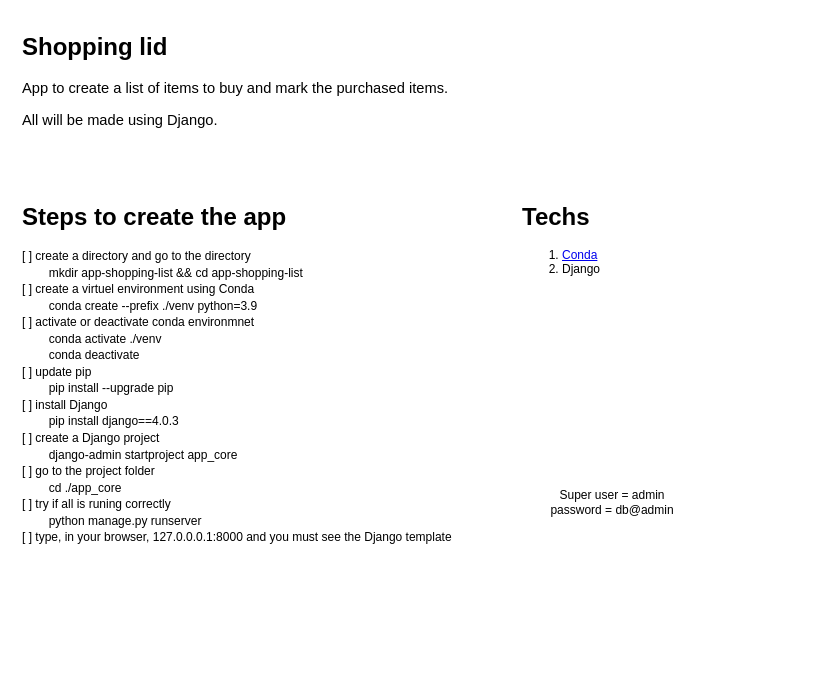
Earlier version of the draw.io diagram app-shopping-list/documentation.drawio (WellingtonFidelis/python-projects). Source tidied: cells renumbered, new cells numbered last; positions are measured from the earlier drawing's top-left corner, leaving out a move shared by most shapes. Both pictures are drawn from the tidied source at 100%, with x=0, y=0 at pixel (17, 27).
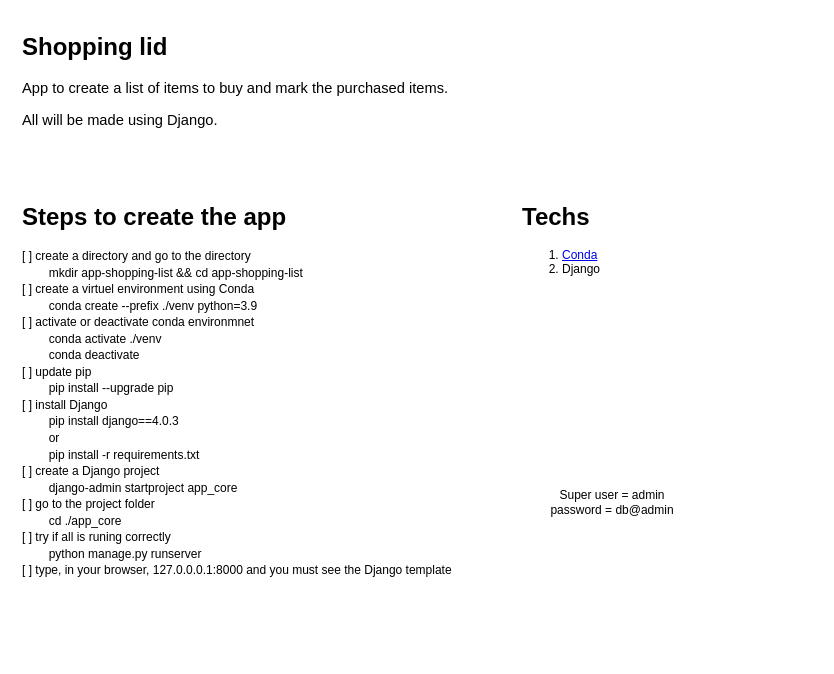
The same diagram, later.

Diff of the diagram source:
```diff
@@
 <mxGraphModel>
   <root>
     <mxCell id="0" />
     <mxCell id="1" parent="0" />
     <mxCell id="2" value="&lt;h1&gt;Shopping lid&lt;/h1&gt;&lt;p dir=&quot;ltr&quot; style=&quot;line-height: 1.38 ; margin-top: 0pt ; margin-bottom: 0pt&quot;&gt;&lt;span style=&quot;font-size: 11pt ; font-family: &amp;#34;arial&amp;#34; ; color: rgb(0 , 0 , 0) ; background-color: transparent ; font-weight: 400 ; font-style: normal ; font-variant: normal ; text-decoration: none ; vertical-align: baseline&quot;&gt;App to create a list of items to buy and mark the purchased items.&lt;/span&gt;&lt;/p&gt;&lt;p&gt;&lt;span id=&quot;docs-internal-guid-da12e972-7fff-b46a-a793-4a673462a265&quot;&gt;&lt;/span&gt;&lt;/p&gt;&lt;p dir=&quot;ltr&quot; style=&quot;line-height: 1.38 ; margin-top: 0pt ; margin-bottom: 0pt&quot;&gt;&lt;span style=&quot;font-size: 11pt ; font-family: &amp;#34;arial&amp;#34; ; color: rgb(0 , 0 , 0) ; background-color: transparent ; font-weight: 400 ; font-style: normal ; font-variant: normal ; text-decoration: none ; vertical-align: baseline&quot;&gt;All will be made using Django.&lt;/span&gt;&lt;/p&gt;&lt;p dir=&quot;ltr&quot; style=&quot;line-height: 1.38 ; margin-top: 0pt ; margin-bottom: 0pt&quot;&gt;&lt;br&gt;&lt;/p&gt;" style="text;html=1;strokeColor=none;fillColor=none;spacing=5;spacingTop=-20;whiteSpace=wrap;overflow=hidden;rounded=0;" parent="1" vertex="1">
       <mxGeometry width="480" height="120" as="geometry" />
     </mxCell>
-    <mxCell id="3" value="&lt;h1&gt;Steps to create the app&lt;/h1&gt;&lt;p dir=&quot;ltr&quot; style=&quot;line-height: 1.38 ; margin-top: 0pt ; margin-bottom: 0pt&quot;&gt;[ ] create a directory and go to the directory&lt;/p&gt;&lt;p dir=&quot;ltr&quot; style=&quot;line-height: 1.38 ; margin-top: 0pt ; margin-bottom: 0pt&quot;&gt;&lt;span&gt;&#9;&lt;/span&gt;&lt;span style=&quot;white-space: pre&quot;&gt;&#9;&lt;/span&gt;mkdir app-shopping-list &amp;amp;&amp;amp; cd app-shopping-list&lt;br&gt;&lt;/p&gt;&lt;p dir=&quot;ltr&quot; style=&quot;line-height: 1.38 ; margin-top: 0pt ; margin-bottom: 0pt&quot;&gt;[ ] create a virtuel environment using Conda&lt;/p&gt;&lt;p dir=&quot;ltr&quot; style=&quot;line-height: 1.38 ; margin-top: 0pt ; margin-bottom: 0pt&quot;&gt;&lt;span&gt;&#9;&lt;/span&gt;&lt;span style=&quot;white-space: pre&quot;&gt;&#9;&lt;/span&gt;conda create --prefix ./venv python=3.9&lt;br&gt;&lt;/p&gt;&lt;p dir=&quot;ltr&quot; style=&quot;line-height: 1.38 ; margin-top: 0pt ; margin-bottom: 0pt&quot;&gt;[ ] activate or deactivate conda environmnet&lt;/p&gt;&lt;p dir=&quot;ltr&quot; style=&quot;line-height: 1.38 ; margin-top: 0pt ; margin-bottom: 0pt&quot;&gt;&lt;span&gt;&#9;&lt;/span&gt;&lt;span style=&quot;white-space: pre&quot;&gt;&#9;&lt;/span&gt;conda activate ./venv&lt;/p&gt;&lt;p dir=&quot;ltr&quot; style=&quot;line-height: 1.38 ; margin-top: 0pt ; margin-bottom: 0pt&quot;&gt;&lt;span&gt;&#9;&lt;/span&gt;&lt;span style=&quot;white-space: pre&quot;&gt;&#9;&lt;/span&gt;conda deactivate&amp;nbsp;&lt;/p&gt;&lt;p dir=&quot;ltr&quot; style=&quot;line-height: 1.38 ; margin-top: 0pt ; margin-bottom: 0pt&quot;&gt;[ ] update pip&lt;/p&gt;&lt;p dir=&quot;ltr&quot; style=&quot;line-height: 1.38 ; margin-top: 0pt ; margin-bottom: 0pt&quot;&gt;&lt;span&gt;&#9;&lt;/span&gt;&lt;span style=&quot;white-space: pre&quot;&gt;&#9;&lt;/span&gt;pip install --upgrade pip&lt;br&gt;&lt;/p&gt;&lt;p dir=&quot;ltr&quot; style=&quot;line-height: 1.38 ; margin-top: 0pt ; margin-bottom: 0pt&quot;&gt;[ ] install Django&lt;/p&gt;&lt;p dir=&quot;ltr&quot; style=&quot;line-height: 1.38 ; margin-top: 0pt ; margin-bottom: 0pt&quot;&gt;&lt;span style=&quot;white-space: pre&quot;&gt;&#9;&lt;/span&gt;pip install django==4.0.3&lt;br&gt;&lt;/p&gt;&lt;p dir=&quot;ltr&quot; style=&quot;line-height: 1.38 ; margin-top: 0pt ; margin-bottom: 0pt&quot;&gt;[ ] create a Django project&lt;/p&gt;&lt;p dir=&quot;ltr&quot; style=&quot;line-height: 1.38 ; margin-top: 0pt ; margin-bottom: 0pt&quot;&gt;&lt;span style=&quot;white-space: pre&quot;&gt;&#9;&lt;/span&gt;django-admin startproject app_core&lt;br&gt;&lt;/p&gt;&lt;p dir=&quot;ltr&quot; style=&quot;line-height: 1.38 ; margin-top: 0pt ; margin-bottom: 0pt&quot;&gt;[ ] go to the project folder&lt;/p&gt;&lt;p dir=&quot;ltr&quot; style=&quot;line-height: 1.38 ; margin-top: 0pt ; margin-bottom: 0pt&quot;&gt;&lt;span style=&quot;white-space: pre&quot;&gt;&#9;&lt;/span&gt;cd ./app_core&lt;br&gt;&lt;/p&gt;&lt;p dir=&quot;ltr&quot; style=&quot;line-height: 1.38 ; margin-top: 0pt ; margin-bottom: 0pt&quot;&gt;[ ] try if all is runing correctly&lt;/p&gt;&lt;p dir=&quot;ltr&quot; style=&quot;line-height: 1.38 ; margin-top: 0pt ; margin-bottom: 0pt&quot;&gt;&lt;span style=&quot;white-space: pre&quot;&gt;&#9;&lt;/span&gt;python manage.py runserver&lt;br&gt;&lt;/p&gt;&lt;p dir=&quot;ltr&quot; style=&quot;line-height: 1.38 ; margin-top: 0pt ; margin-bottom: 0pt&quot;&gt;[ ] type, in your browser, 127.0.0.0.1:8000 and you must see the Django template&lt;/p&gt;&lt;p dir=&quot;ltr&quot; style=&quot;line-height: 1.38 ; margin-top: 0pt ; margin-bottom: 0pt&quot;&gt;&lt;br&gt;&lt;/p&gt;" style="text;html=1;strokeColor=none;fillColor=none;spacing=5;spacingTop=-20;whiteSpace=wrap;overflow=hidden;rounded=0;" parent="1" vertex="1">
+    <mxCell id="3" value="&lt;h1&gt;Steps to create the app&lt;/h1&gt;&lt;p dir=&quot;ltr&quot; style=&quot;line-height: 1.38 ; margin-top: 0pt ; margin-bottom: 0pt&quot;&gt;[ ] create a directory and go to the directory&lt;/p&gt;&lt;p dir=&quot;ltr&quot; style=&quot;line-height: 1.38 ; margin-top: 0pt ; margin-bottom: 0pt&quot;&gt;&lt;span&gt;&#9;&lt;/span&gt;&lt;span style=&quot;white-space: pre&quot;&gt;&#9;&lt;/span&gt;mkdir app-shopping-list &amp;amp;&amp;amp; cd app-shopping-list&lt;br&gt;&lt;/p&gt;&lt;p dir=&quot;ltr&quot; style=&quot;line-height: 1.38 ; margin-top: 0pt ; margin-bottom: 0pt&quot;&gt;[ ] create a virtuel environment using Conda&lt;/p&gt;&lt;p dir=&quot;ltr&quot; style=&quot;line-height: 1.38 ; margin-top: 0pt ; margin-bottom: 0pt&quot;&gt;&lt;span&gt;&#9;&lt;/span&gt;&lt;span style=&quot;white-space: pre&quot;&gt;&#9;&lt;/span&gt;conda create --prefix ./venv python=3.9&lt;br&gt;&lt;/p&gt;&lt;p dir=&quot;ltr&quot; style=&quot;line-height: 1.38 ; margin-top: 0pt ; margin-bottom: 0pt&quot;&gt;[ ] activate or deactivate conda environmnet&lt;/p&gt;&lt;p dir=&quot;ltr&quot; style=&quot;line-height: 1.38 ; margin-top: 0pt ; margin-bottom: 0pt&quot;&gt;&lt;span&gt;&#9;&lt;/span&gt;&lt;span style=&quot;white-space: pre&quot;&gt;&#9;&lt;/span&gt;conda activate ./venv&lt;/p&gt;&lt;p dir=&quot;ltr&quot; style=&quot;line-height: 1.38 ; margin-top: 0pt ; margin-bottom: 0pt&quot;&gt;&lt;span&gt;&#9;&lt;/span&gt;&lt;span style=&quot;white-space: pre&quot;&gt;&#9;&lt;/span&gt;conda deactivate&amp;nbsp;&lt;/p&gt;&lt;p dir=&quot;ltr&quot; style=&quot;line-height: 1.38 ; margin-top: 0pt ; margin-bottom: 0pt&quot;&gt;[ ] update pip&lt;/p&gt;&lt;p dir=&quot;ltr&quot; style=&quot;line-height: 1.38 ; margin-top: 0pt ; margin-bottom: 0pt&quot;&gt;&lt;span&gt;&#9;&lt;/span&gt;&lt;span style=&quot;white-space: pre&quot;&gt;&#9;&lt;/span&gt;pip install --upgrade pip&lt;br&gt;&lt;/p&gt;&lt;p dir=&quot;ltr&quot; style=&quot;line-height: 1.38 ; margin-top: 0pt ; margin-bottom: 0pt&quot;&gt;[ ] install Django&lt;/p&gt;&lt;p dir=&quot;ltr&quot; style=&quot;line-height: 1.38 ; margin-top: 0pt ; margin-bottom: 0pt&quot;&gt;&lt;span style=&quot;white-space: pre&quot;&gt;&#9;&lt;/span&gt;pip install django==4.0.3&lt;br&gt;&lt;/p&gt;&lt;p dir=&quot;ltr&quot; style=&quot;line-height: 1.38 ; margin-top: 0pt ; margin-bottom: 0pt&quot;&gt;&lt;span style=&quot;white-space: pre&quot;&gt;&#9;&lt;/span&gt;or&lt;br&gt;&lt;span style=&quot;white-space: pre&quot;&gt;&#9;&lt;/span&gt;pip install -r requirements.txt&lt;br&gt;&lt;/p&gt;&lt;p dir=&quot;ltr&quot; style=&quot;line-height: 1.38 ; margin-top: 0pt ; margin-bottom: 0pt&quot;&gt;[ ] create a Django project&lt;/p&gt;&lt;p dir=&quot;ltr&quot; style=&quot;line-height: 1.38 ; margin-top: 0pt ; margin-bottom: 0pt&quot;&gt;&lt;span style=&quot;white-space: pre&quot;&gt;&#9;&lt;/span&gt;django-admin startproject app_core&lt;br&gt;&lt;/p&gt;&lt;p dir=&quot;ltr&quot; style=&quot;line-height: 1.38 ; margin-top: 0pt ; margin-bottom: 0pt&quot;&gt;[ ] go to the project folder&lt;/p&gt;&lt;p dir=&quot;ltr&quot; style=&quot;line-height: 1.38 ; margin-top: 0pt ; margin-bottom: 0pt&quot;&gt;&lt;span style=&quot;white-space: pre&quot;&gt;&#9;&lt;/span&gt;cd ./app_core&lt;br&gt;&lt;/p&gt;&lt;p dir=&quot;ltr&quot; style=&quot;line-height: 1.38 ; margin-top: 0pt ; margin-bottom: 0pt&quot;&gt;[ ] try if all is runing correctly&lt;/p&gt;&lt;p dir=&quot;ltr&quot; style=&quot;line-height: 1.38 ; margin-top: 0pt ; margin-bottom: 0pt&quot;&gt;&lt;span style=&quot;white-space: pre&quot;&gt;&#9;&lt;/span&gt;python manage.py runserver&lt;br&gt;&lt;/p&gt;&lt;p dir=&quot;ltr&quot; style=&quot;line-height: 1.38 ; margin-top: 0pt ; margin-bottom: 0pt&quot;&gt;[ ] type, in your browser, 127.0.0.0.1:8000 and you must see the Django template&lt;/p&gt;&lt;p dir=&quot;ltr&quot; style=&quot;line-height: 1.38 ; margin-top: 0pt ; margin-bottom: 0pt&quot;&gt;&lt;br&gt;&lt;/p&gt;" style="text;html=1;strokeColor=none;fillColor=none;spacing=5;spacingTop=-20;whiteSpace=wrap;overflow=hidden;rounded=0;" parent="1" vertex="1">
       <mxGeometry y="170" width="480" height="460" as="geometry" />
     </mxCell>
     <mxCell id="4" value="&lt;h1&gt;Techs&lt;/h1&gt;&lt;p dir=&quot;ltr&quot; style=&quot;line-height: 1.38 ; margin-top: 0pt ; margin-bottom: 0pt&quot;&gt;&lt;/p&gt;&lt;ol&gt;&lt;li&gt;&lt;a href=&quot;www.conda.io&quot;&gt;Conda&lt;/a&gt;&lt;/li&gt;&lt;li&gt;Django&lt;/li&gt;&lt;/ol&gt;&lt;p&gt;&lt;/p&gt;" style="text;html=1;strokeColor=none;fillColor=none;spacing=5;spacingTop=-20;whiteSpace=wrap;overflow=hidden;rounded=0;" parent="1" vertex="1">
       <mxGeometry x="500" y="170" width="300" height="120" as="geometry" />
     </mxCell>
     <mxCell id="5" value="Super user = admin&lt;br&gt;password = db@admin" style="text;html=1;strokeColor=none;fillColor=none;align=center;verticalAlign=middle;whiteSpace=wrap;rounded=0;" parent="1" vertex="1">
       <mxGeometry x="510" y="460" width="170" height="30" as="geometry" />
     </mxCell>
   </root>
 </mxGraphModel>
```
